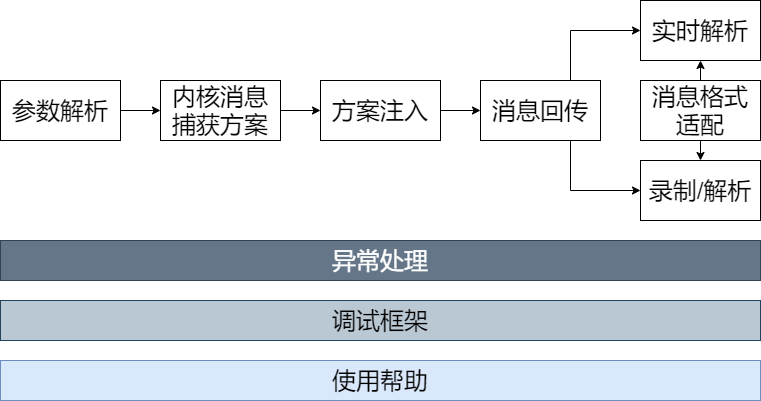
Earlier version of the draw.io export vfStalk.detail.design.png (craftsfish/design). Source tidied: cells renumbered, new cells last; positions are measured from the earlier drawing's top-left corner, leaving out a move shared by most shapes.
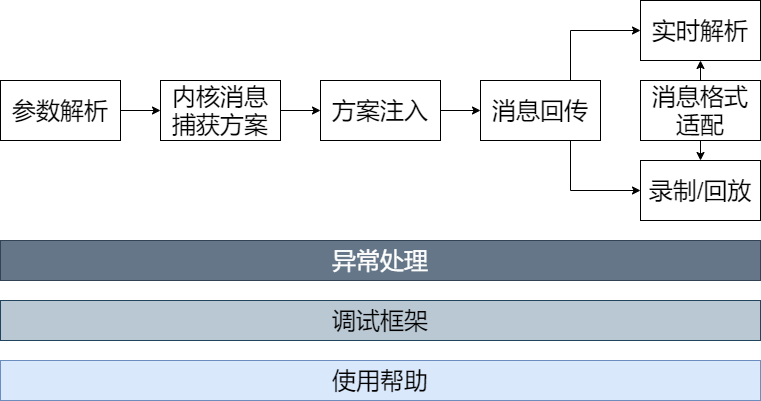
The same file after the commit.

Change to the diagram source:
```diff
@@ -29,7 +29,7 @@
     <mxCell id="10" value="实时解析" style="rounded=0;whiteSpace=wrap;html=1;fontSize=24;" parent="1" vertex="1">
       <mxGeometry x="640" width="120" height="60" as="geometry" />
     </mxCell>
-    <mxCell id="11" value="录制/解析" style="rounded=0;whiteSpace=wrap;html=1;fontSize=24;" parent="1" vertex="1">
+    <mxCell id="11" value="录制/回放" style="rounded=0;whiteSpace=wrap;html=1;fontSize=24;" parent="1" vertex="1">
       <mxGeometry x="640" y="160" width="120" height="60" as="geometry" />
     </mxCell>
     <mxCell id="12" value="异常处理" style="rounded=0;whiteSpace=wrap;html=1;fontSize=24;fillColor=#647687;strokeColor=#314354;fontColor=#ffffff;" parent="1" vertex="1">
```
